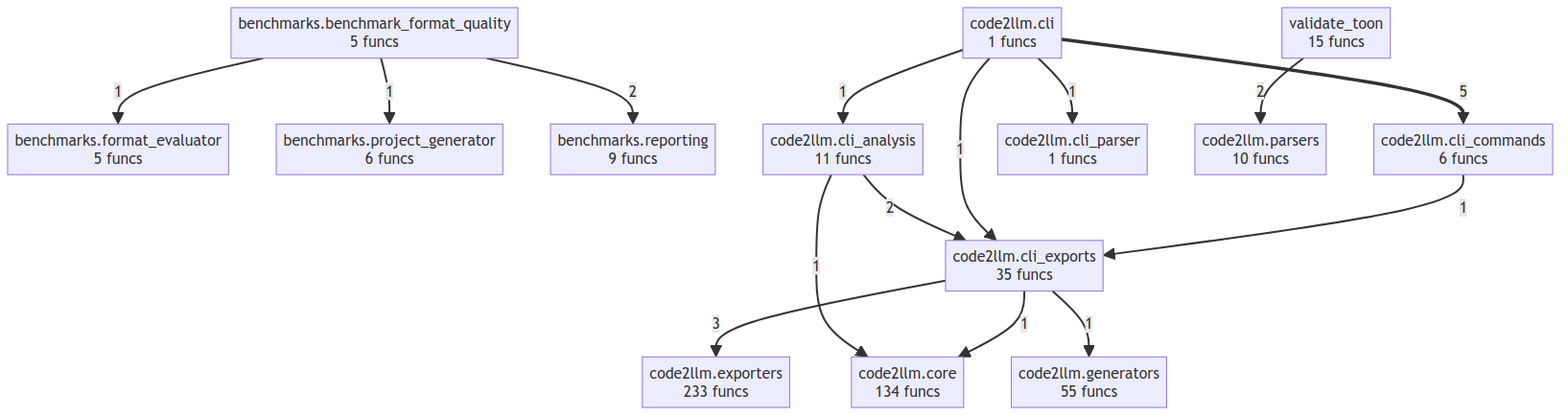
Before: project/compact_flow.png, a diagram exported from Mermaid (wronai/code2flow). Its source is kept beside it as project/compact_flow.mmd.
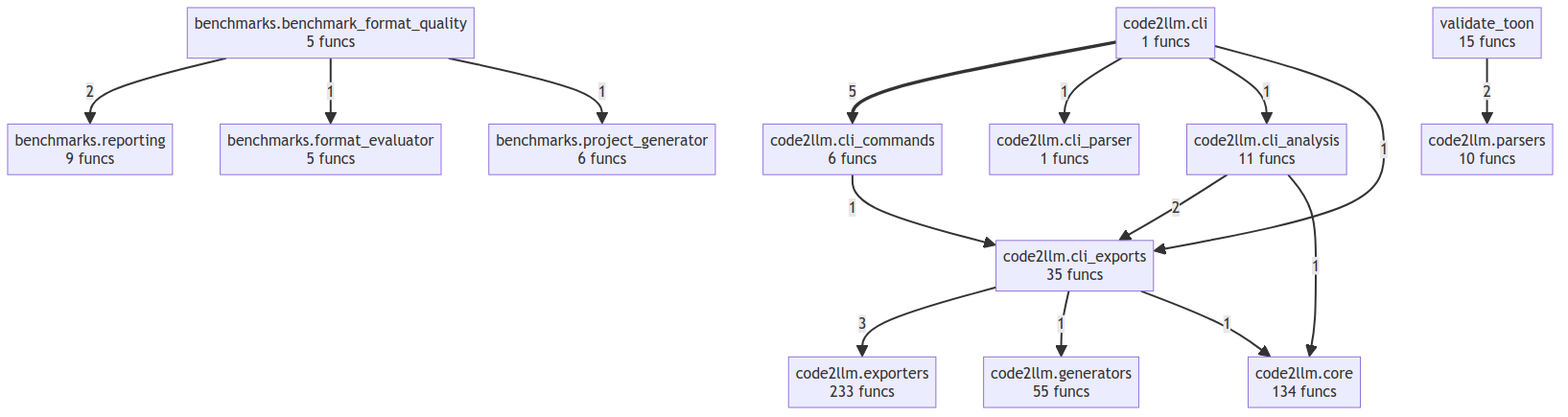
Above is the later version.

The edit, as a diff of the source:
```diff
@@ -25,5 +25,5 @@
     code2llm_cli_commands -->|1| code2llm_cli_exports
     benchmarks_benchmark_format_quality -->|1| benchmarks_format_evaluator
     benchmarks_benchmark_format_quality -->|1| benchmarks_project_generator
+    code2llm_cli_exports -->|1| code2llm_generators
     code2llm_cli_exports -->|1| code2llm_core
-    code2llm_cli_exports -->|1| code2llm_generators
```
